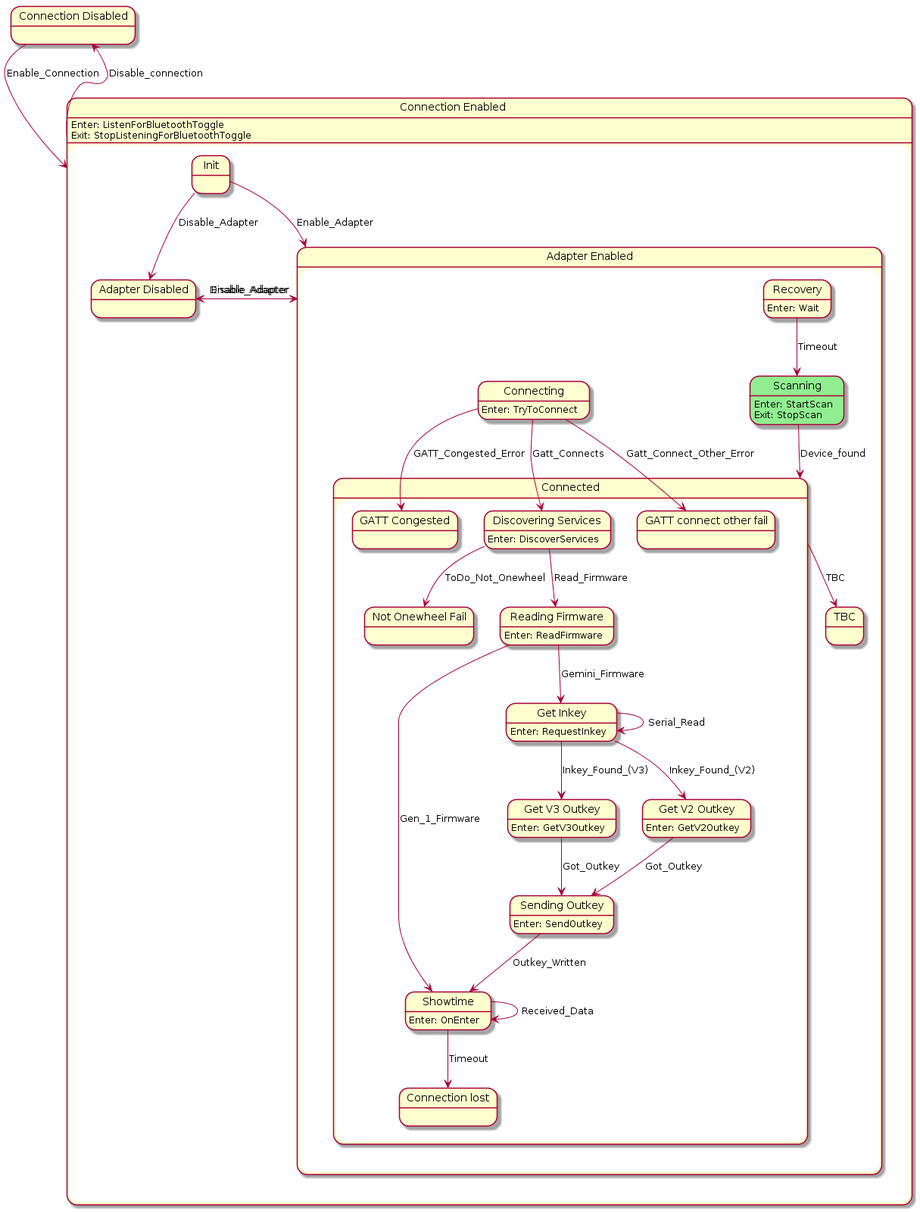
Earlier version of the PlantUML export doc/ponewheel-state.png (tekkies/android-ponewheel).
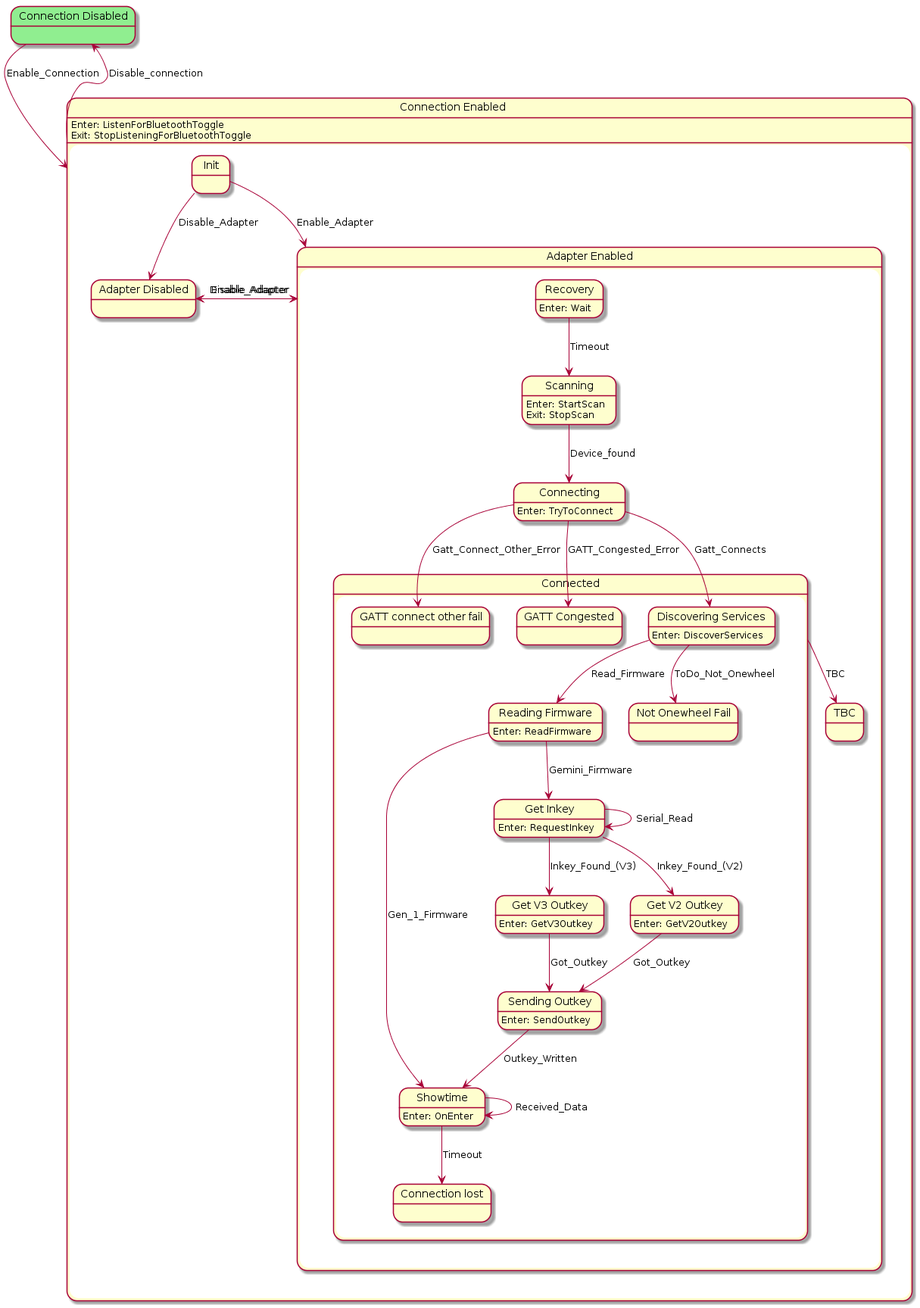
The same file after the commit.

What changed in the source:
```diff
@@ -42,7 +42,7 @@
         }
         state "TBC" as TBC  {
         }
-        state "Scanning" as Scanning #LightGreen {
+        state "Scanning" as Scanning  {
 Scanning : Enter: StartScan\nExit: StopScan
         }
     }
@@ -50,7 +50,7 @@
     }
 Connection_Enabled : Enter: ListenForBluetoothToggle\nExit: StopListeningForBluetoothToggle
 }
-state "Connection Disabled" as Connection_Disabled  {
+state "Connection Disabled" as Connection_Disabled #LightGreen {
 }
 Adapter_Disabled --> Adapter_Enabled : Enable_Adapter
 Reading_Firmware --> Showtime : Gen_1_Firmware
@@ -70,7 +70,7 @@
 Connecting --> GATT_connect_other_fail : Gatt_Connect_Other_Error
 Connecting --> GATT_Congested : GATT_Congested_Error
 Recovery --> Scanning : Timeout
-Scanning --> Connected : Device_found
+Scanning --> Connecting : Device_found
 Adapter_Enabled --> Adapter_Disabled : Disable_Adapter
 Init --> Adapter_Enabled : Enable_Adapter
 Init --> Adapter_Disabled : Disable_Adapter
```
